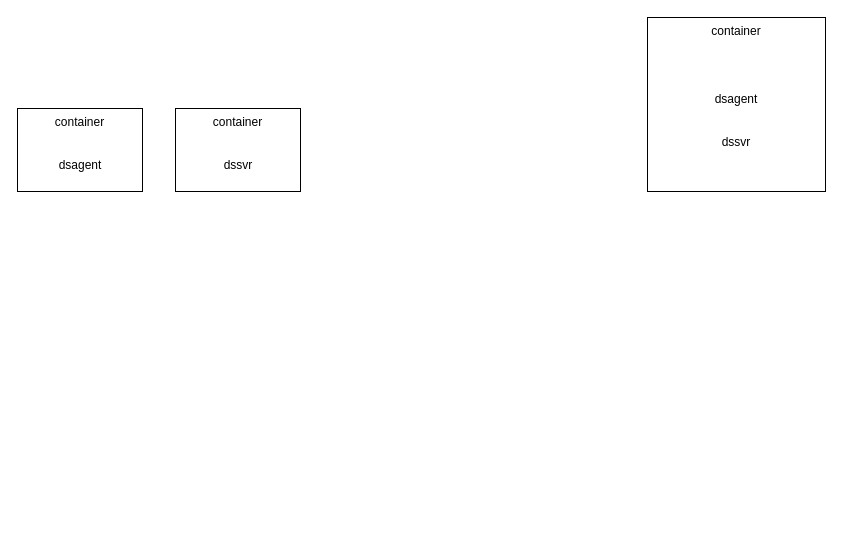
This is page "容器化" (17 of 19) of NISHIKI架构.drawio from Memoryss/NISHIKI, a draw.io file, before an edit. Source tidied: cells renumbered, new cells numbered last; positions are measured from the earlier drawing's top-left corner, leaving out a move shared by most shapes. Both pictures are drawn from the tidied source at 100%, with x=0, y=0 at pixel (17, 17).
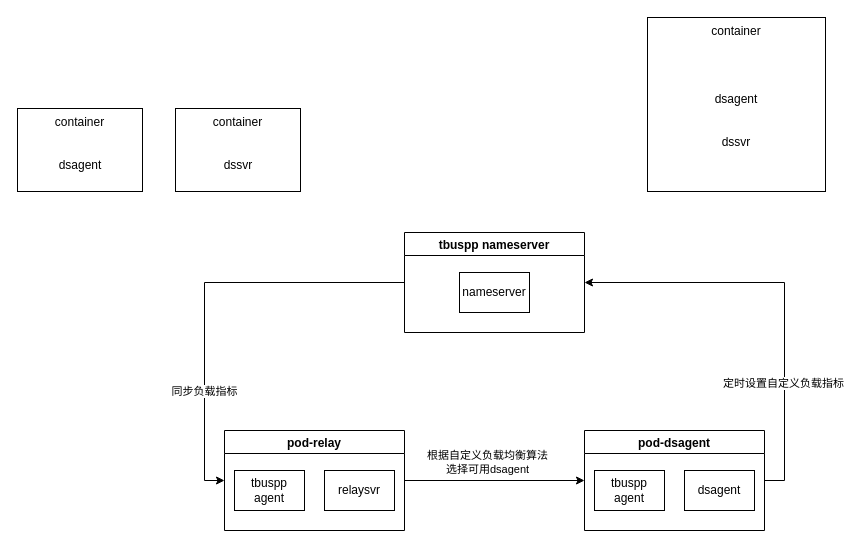
The same diagram, later.

Change to the diagram source:
```diff
@@
+    <mxCell id="8" style="edgeStyle=orthogonalEdgeStyle;rounded=0;jettySize=auto;html=1;exitX=1;exitY=0.5;exitDx=0;exitDy=0;entryX=1;entryY=0.5;entryDx=0;entryDy=0;" parent="1" edge="1" source="10" target="20">
+      <mxGeometry relative="1" as="geometry" />
+    </mxCell>
+    <mxCell id="9" value="定时设置自定义负载指标" style="edgeLabel;html=1;align=center;verticalAlign=middle;" parent="8" vertex="1">
+      <mxGeometry x="-0.58" relative="1" as="geometry">
+        <mxPoint x="-2" y="-30" as="offset" />
+      </mxGeometry>
+    </mxCell>
+    <mxCell id="10" value="pod-dsagent" style="swimlane;" parent="1" vertex="1">
+      <mxGeometry x="567" y="413" width="180" height="100" as="geometry" />
+    </mxCell>
+    <mxCell id="11" value="dsagent" style="whiteSpace=wrap;html=1;" parent="10" vertex="1">
+      <mxGeometry x="100" y="40" width="70" height="40" as="geometry" />
+    </mxCell>
+    <mxCell id="12" value="tbuspp agent" style="whiteSpace=wrap;html=1;" parent="10" vertex="1">
+      <mxGeometry x="10" y="40" width="70" height="40" as="geometry" />
+    </mxCell>
+    <mxCell id="13" style="edgeStyle=orthogonalEdgeStyle;rounded=0;jettySize=auto;html=1;exitX=1;exitY=0.5;exitDx=0;exitDy=0;entryX=0;entryY=0.5;entryDx=0;entryDy=0;" parent="1" edge="1" source="15" target="10">
+      <mxGeometry relative="1" as="geometry" />
+    </mxCell>
+    <mxCell id="14" value="根据自定义负载均衡算法&lt;br&gt;选择可用dsagent" style="edgeLabel;html=1;align=center;verticalAlign=middle;" parent="13" vertex="1">
+      <mxGeometry x="-0.19" y="-3" relative="1" as="geometry">
+        <mxPoint x="9" y="-22" as="offset" />
+      </mxGeometry>
+    </mxCell>
+    <mxCell id="15" value="pod-relay" style="swimlane;" parent="1" vertex="1">
+      <mxGeometry x="207" y="413" width="180" height="100" as="geometry" />
+    </mxCell>
+    <mxCell id="16" value="relaysvr" style="whiteSpace=wrap;html=1;" parent="15" vertex="1">
+      <mxGeometry x="100" y="40" width="70" height="40" as="geometry" />
+    </mxCell>
+    <mxCell id="17" value="tbuspp agent" style="whiteSpace=wrap;html=1;" parent="15" vertex="1">
+      <mxGeometry x="10" y="40" width="70" height="40" as="geometry" />
+    </mxCell>
+    <mxCell id="18" style="edgeStyle=orthogonalEdgeStyle;rounded=0;jettySize=auto;html=1;exitX=0;exitY=0.5;exitDx=0;exitDy=0;entryX=0;entryY=0.5;entryDx=0;entryDy=0;" parent="1" edge="1" source="20" target="15">
+      <mxGeometry relative="1" as="geometry" />
+    </mxCell>
+    <mxCell id="19" value="同步负载指标" style="edgeLabel;html=1;align=center;verticalAlign=middle;" parent="18" vertex="1">
+      <mxGeometry x="0.31" relative="1" as="geometry">
+        <mxPoint x="-1" y="34" as="offset" />
+      </mxGeometry>
+    </mxCell>
+    <mxCell id="20" value="tbuspp nameserver" style="swimlane;" parent="1" vertex="1">
+      <mxGeometry x="387" y="215" width="180" height="100" as="geometry" />
+    </mxCell>
+    <mxCell id="21" value="nameserver" style="whiteSpace=wrap;html=1;" parent="20" vertex="1">
+      <mxGeometry x="55" y="40" width="70" height="40" as="geometry" />
+    </mxCell>
```
